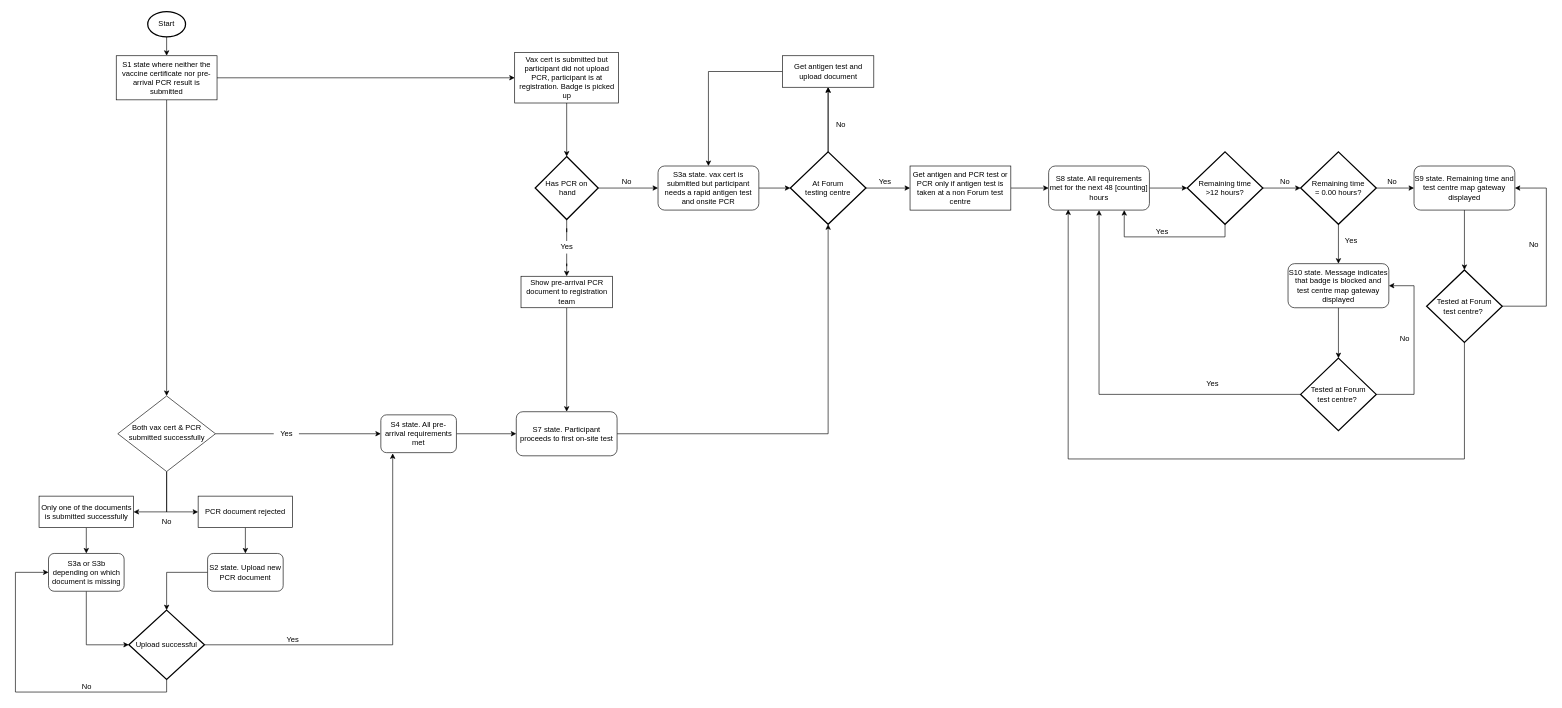
The draw.io diagram Untitled Diagram.drawio in merid-berhe/draw.io, before the edit. Source tidied: cells renumbered, new cells numbered last; positions are measured from the earlier drawing's top-left corner, leaving out a move shared by most shapes. Both pictures are drawn from the tidied source at 63%, with x=0, y=0 at pixel (15, 11).
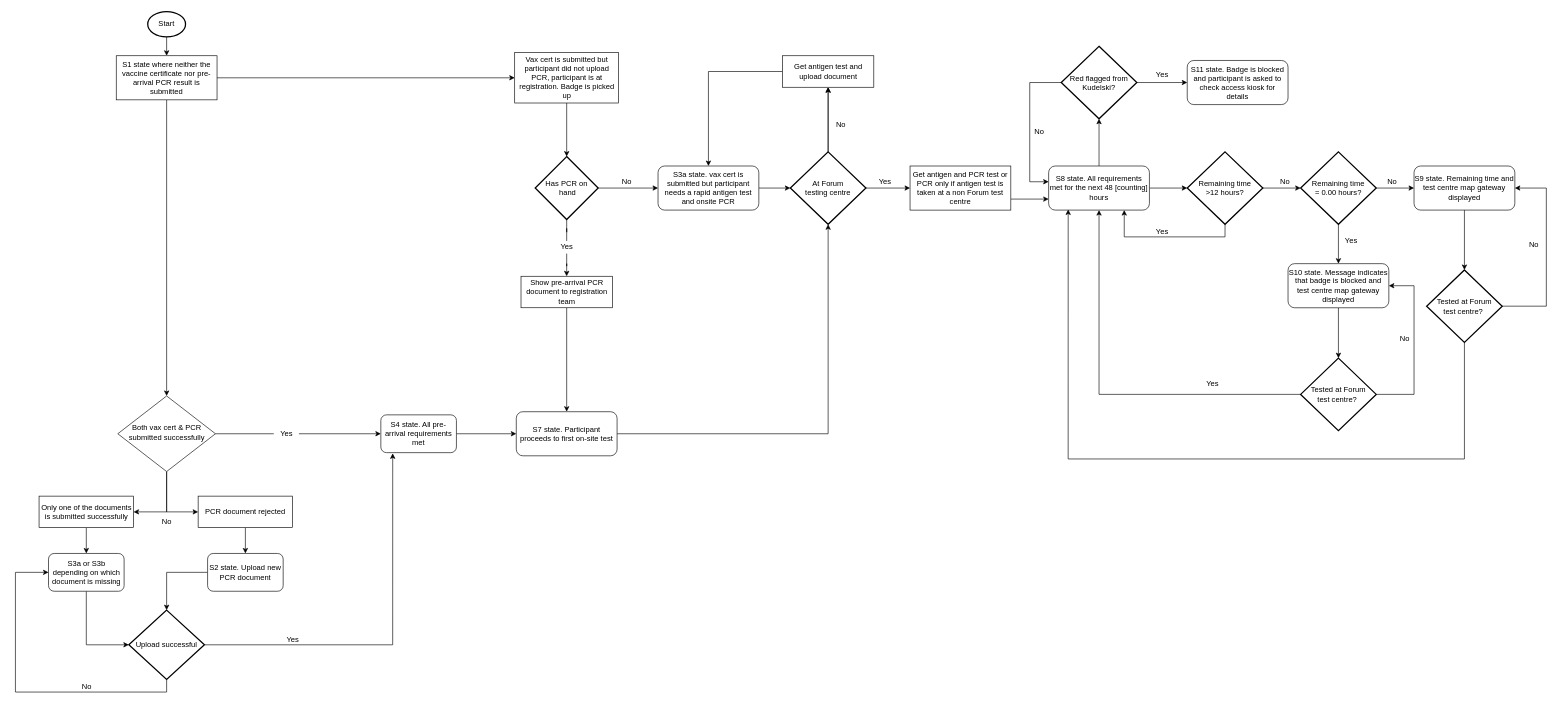
After the change.

The change refers to these unchanged cells:
```xml
<mxCell id="51" value="Get antigen and PCR test or PCR only if antigen test is taken at a non Forum test centre" style="rounded=0;whiteSpace=wrap;html=1;" parent="1" vertex="1">
  <mxGeometry x="1420" y="245" width="160" height="70" as="geometry" />
</mxCell>
<mxCell id="54" value="S8 state. All requirements met for the next 48 [counting] hours" style="rounded=1;whiteSpace=wrap;html=1;fontSize=12;glass=0;strokeWidth=1;shadow=0;" parent="1" vertex="1">
  <mxGeometry x="1640" y="245" width="160" height="70" as="geometry" />
</mxCell>
```

The edit, as a diff of the source:
```diff
@@
-    <mxCell id="50" style="edgeStyle=orthogonalEdgeStyle;rounded=0;jettySize=auto;html=1;exitX=1;exitY=0.5;exitDx=0;exitDy=0;entryX=0;entryY=0.5;entryDx=0;entryDy=0;" parent="1" edge="1" source="51" target="54">
+    <mxCell id="50" style="edgeStyle=orthogonalEdgeStyle;rounded=0;jettySize=auto;html=1;exitX=1;exitY=0.75;exitDx=0;exitDy=0;entryX=0;entryY=0.75;entryDx=0;entryDy=0;" parent="1" edge="1" source="51" target="54">
       <mxGeometry relative="1" as="geometry" />
     </mxCell>
@@
+    <mxCell id="78" style="edgeStyle=orthogonalEdgeStyle;rounded=0;jettySize=auto;html=1;exitX=0.5;exitY=0;exitDx=0;exitDy=0;entryX=0.5;entryY=1;entryDx=0;entryDy=0;entryPerimeter=0;" parent="1" edge="1" source="54" target="81">
+      <mxGeometry relative="1" as="geometry" />
+    </mxCell>
@@
+    <mxCell id="79" style="edgeStyle=orthogonalEdgeStyle;rounded=0;jettySize=auto;html=1;exitX=0;exitY=0.5;exitDx=0;exitDy=0;exitPerimeter=0;entryX=0;entryY=0.357;entryDx=0;entryDy=0;entryPerimeter=0;" parent="1" edge="1" source="81" target="54">
+      <mxGeometry relative="1" as="geometry">
+        <Array as="points">
+          <mxPoint x="1610" y="113" />
+          <mxPoint x="1610" y="270" />
+        </Array>
+      </mxGeometry>
+    </mxCell>
+    <mxCell id="80" style="edgeStyle=orthogonalEdgeStyle;rounded=0;jettySize=auto;html=1;exitX=1;exitY=0.5;exitDx=0;exitDy=0;exitPerimeter=0;entryX=0;entryY=0.5;entryDx=0;entryDy=0;" parent="1" edge="1" source="81" target="83">
+      <mxGeometry relative="1" as="geometry" />
+    </mxCell>
+    <mxCell id="81" value="Red flagged from Kudelski?" style="strokeWidth=2;html=1;shape=mxgraph.flowchart.decision;whiteSpace=wrap;" parent="1" vertex="1">
+      <mxGeometry x="1660" y="55" width="120" height="115" as="geometry" />
+    </mxCell>
+    <mxCell id="82" value="No" style="text;html=1;align=center;verticalAlign=middle;strokeColor=none;" parent="1" vertex="1">
+      <mxGeometry x="1610" y="180" width="30" height="20" as="geometry" />
+    </mxCell>
+    <mxCell id="83" value="S11 state. Badge is blocked and participant is asked to check access kiosk for details" style="rounded=1;whiteSpace=wrap;html=1;fontSize=12;glass=0;strokeWidth=1;shadow=0;" parent="1" vertex="1">
+      <mxGeometry x="1860" y="77.5" width="160" height="70" as="geometry" />
+    </mxCell>
+    <mxCell id="84" value="Yes" style="text;html=1;align=center;verticalAlign=middle;strokeColor=none;" parent="1" vertex="1">
+      <mxGeometry x="1800" y="90" width="40" height="20" as="geometry" />
+    </mxCell>
```
